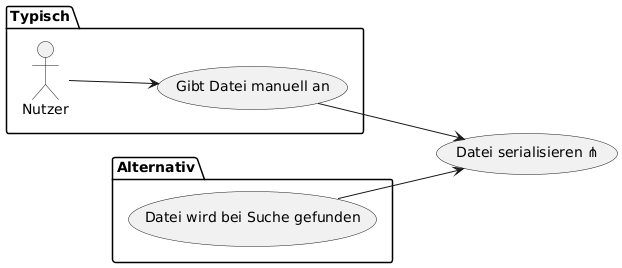
Earlier version of the PlantUML export wiki/topics/Inkremente/00/Diagramme/Anforderungsanalyse_008.png (SoftwareEngineeringOne/wiki).
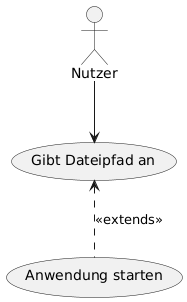
Above is the later version.

What changed in the source:
```diff
@@ -1,13 +1,6 @@
 @startuml
-left to right direction
+"Gibt Dateipfad an" as (Use)
+:Nutzer: --> (Use)
 
-"Datei serialisieren ⋔" as (Use)
-package Typisch {
-    :Nutzer: --> (Gibt Datei manuell an)
-    (Gibt Datei manuell an) --> (Use)
-}
-package Alternativ {
-    (Datei wird bei Suche gefunden) --> (Use)
-}
-
+(Anwendung starten) .up.> (Use): <<extends>>
 @enduml
```
